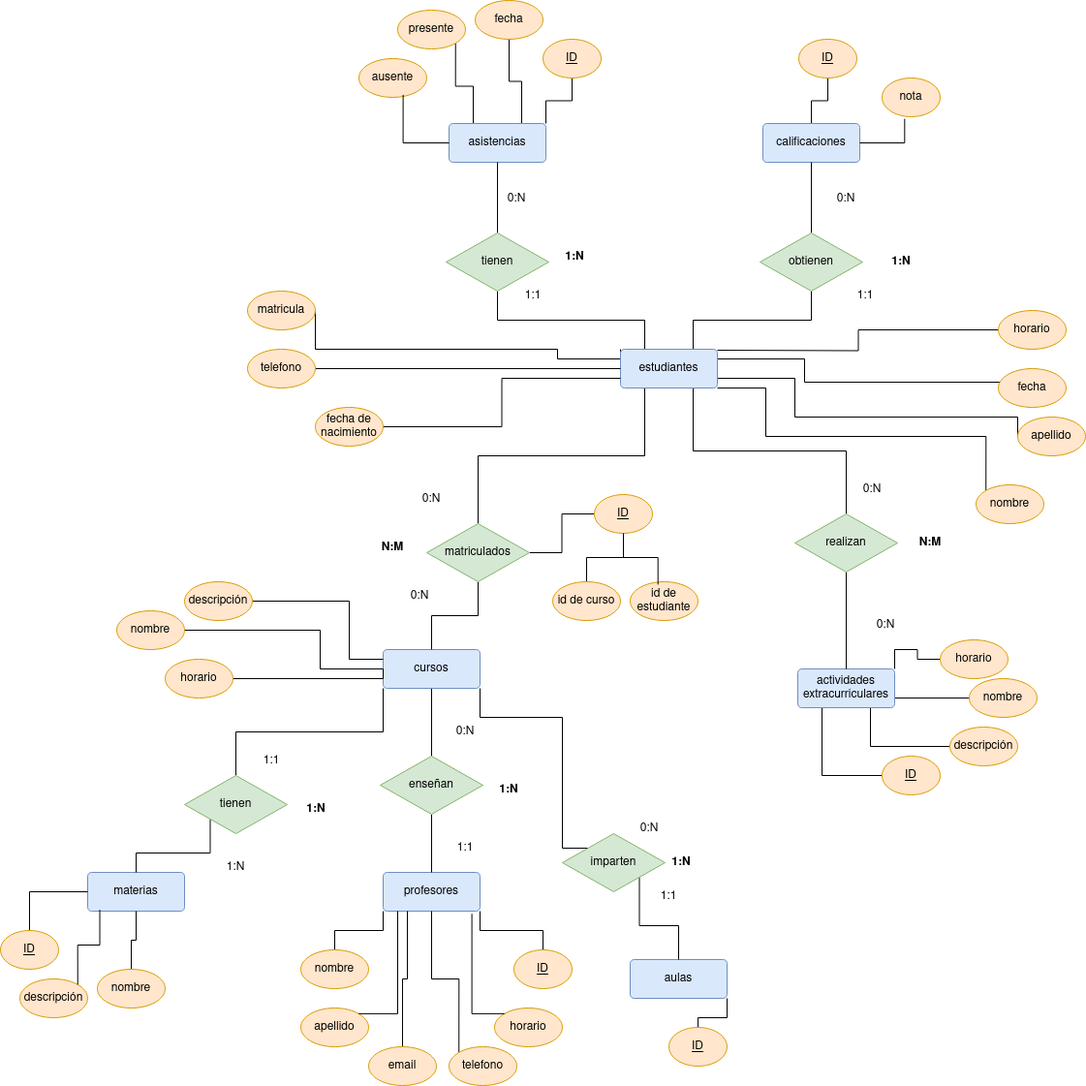
mdiogc/base-datos keeps this draw.io diagram as Unidad-1/Tareas./Tarea - 7 evaluable/Tarea evaluable.drawio.png. Above is the earlier version. Source tidied: cells renumbered, new cells last; positions are measured from the earlier drawing's top-left corner, leaving out a move shared by most shapes.
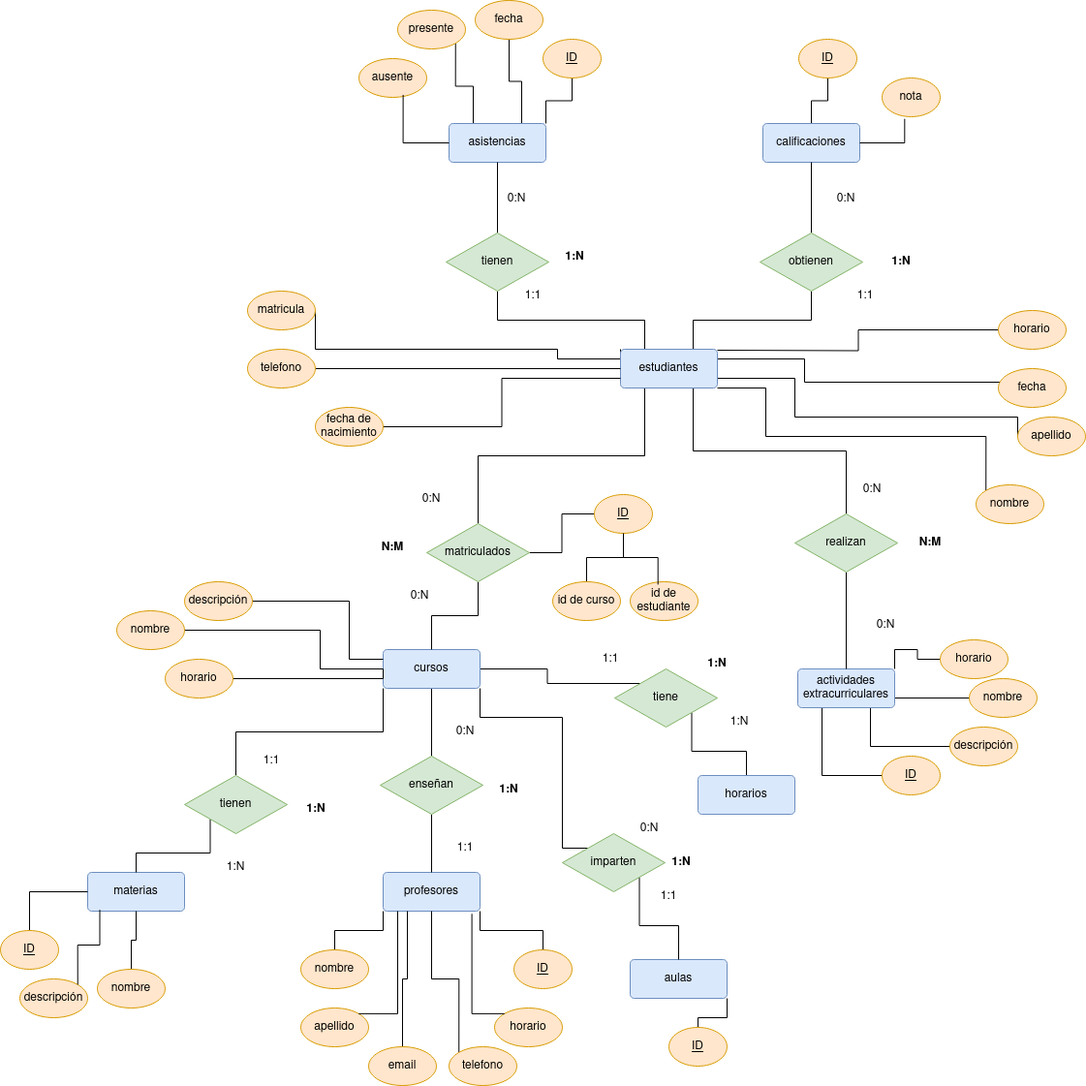
Above is the later version.

Diff of the diagram source:
```diff
@@ -71,6 +71,9 @@
     <mxCell id="14" style="edgeStyle=orthogonalEdgeStyle;rounded=0;jettySize=auto;html=1;exitX=0;exitY=1;exitDx=0;exitDy=0;endArrow=none;endFill=0;" parent="1" edge="1" source="15" target="47">
       <mxGeometry relative="1" as="geometry" />
     </mxCell>
+    <mxCell id="118" style="edgeStyle=orthogonalEdgeStyle;rounded=0;jettySize=auto;html=1;exitX=1;exitY=0.5;exitDx=0;exitDy=0;entryX=0;entryY=0;entryDx=0;entryDy=0;endArrow=none;endFill=0;" parent="1" edge="1" source="15" target="120">
+      <mxGeometry relative="1" as="geometry" />
+    </mxCell>
     <mxCell id="15" value="cursos" style="rounded=1;arcSize=10;whiteSpace=wrap;html=1;align=center;fillColor=#dae8fc;strokeColor=#6c8ebf;" parent="1" vertex="1">
       <mxGeometry x="395" y="670" width="100" height="40" as="geometry" />
     </mxCell>
@@ -391,5 +394,23 @@
     <mxCell id="117" value="&lt;b&gt;N:M&lt;/b&gt;" style="text;html=1;strokeColor=none;fillColor=none;align=center;verticalAlign=middle;whiteSpace=wrap;rounded=0;" parent="1" vertex="1">
       <mxGeometry x="930" y="545" width="60" height="30" as="geometry" />
     </mxCell>
+    <mxCell id="119" style="edgeStyle=orthogonalEdgeStyle;rounded=0;jettySize=auto;html=1;exitX=1;exitY=1;exitDx=0;exitDy=0;entryX=0.5;entryY=0;entryDx=0;entryDy=0;endArrow=none;endFill=0;" parent="1" edge="1" source="120" target="121">
+      <mxGeometry relative="1" as="geometry" />
+    </mxCell>
+    <mxCell id="120" value="tiene" style="shape=rhombus;perimeter=rhombusPerimeter;whiteSpace=wrap;html=1;align=center;fillColor=#d5e8d4;strokeColor=#82b366;" parent="1" vertex="1">
+      <mxGeometry x="634" y="690" width="106" height="60" as="geometry" />
+    </mxCell>
+    <mxCell id="121" value="horarios" style="rounded=1;arcSize=10;whiteSpace=wrap;html=1;align=center;fillColor=#dae8fc;strokeColor=#6c8ebf;" parent="1" vertex="1">
+      <mxGeometry x="720" y="800" width="100" height="40" as="geometry" />
+    </mxCell>
+    <mxCell id="122" value="1:N" style="text;html=1;strokeColor=none;fillColor=none;align=center;verticalAlign=middle;whiteSpace=wrap;rounded=0;" parent="1" vertex="1">
+      <mxGeometry x="733" y="730" width="60" height="30" as="geometry" />
+    </mxCell>
+    <mxCell id="123" value="1:1" style="text;html=1;strokeColor=none;fillColor=none;align=center;verticalAlign=middle;whiteSpace=wrap;rounded=0;" parent="1" vertex="1">
+      <mxGeometry x="600" y="665" width="60" height="30" as="geometry" />
+    </mxCell>
+    <mxCell id="124" value="&lt;b&gt;1:N&lt;/b&gt;" style="text;html=1;strokeColor=none;fillColor=none;align=center;verticalAlign=middle;whiteSpace=wrap;rounded=0;" parent="1" vertex="1">
+      <mxGeometry x="710" y="670" width="60" height="30" as="geometry" />
+    </mxCell>
   </root>
 </mxGraphModel>
```
